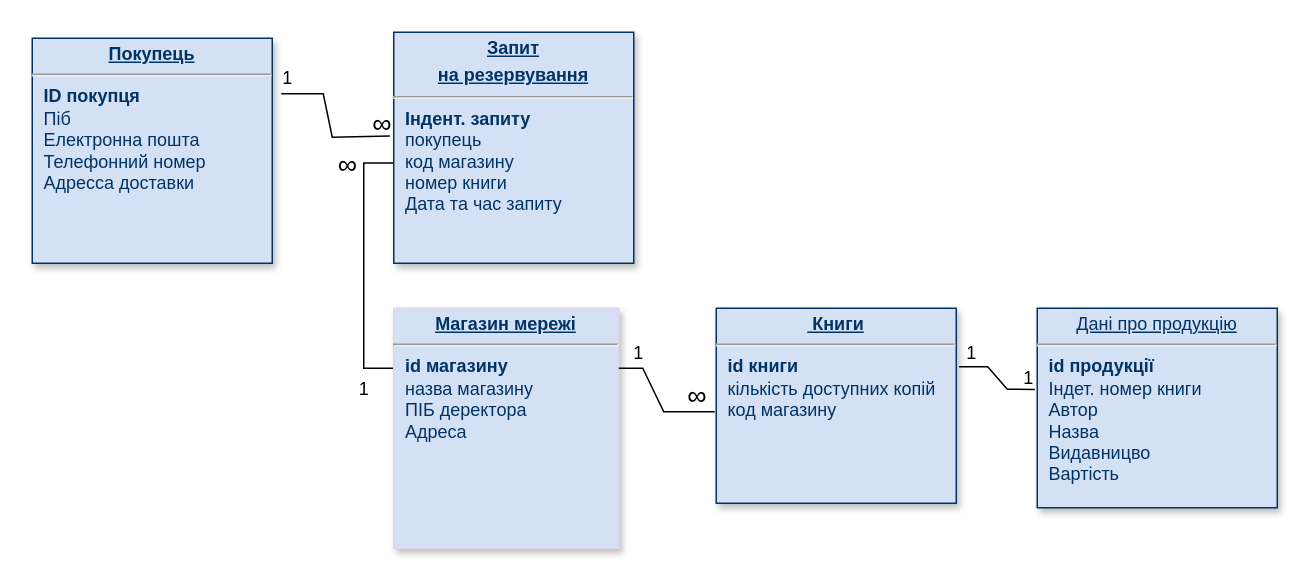
The draw.io diagram Диаграмма без названия.drawio in VadimKeranov/drawio, before the edit. Source tidied: cells renumbered, new cells numbered last; positions are measured from the earlier drawing's top-left corner, leaving out a move shared by most shapes. Both pictures are drawn from the tidied source at 150%, with x=0, y=0 at pixel (32, 32).
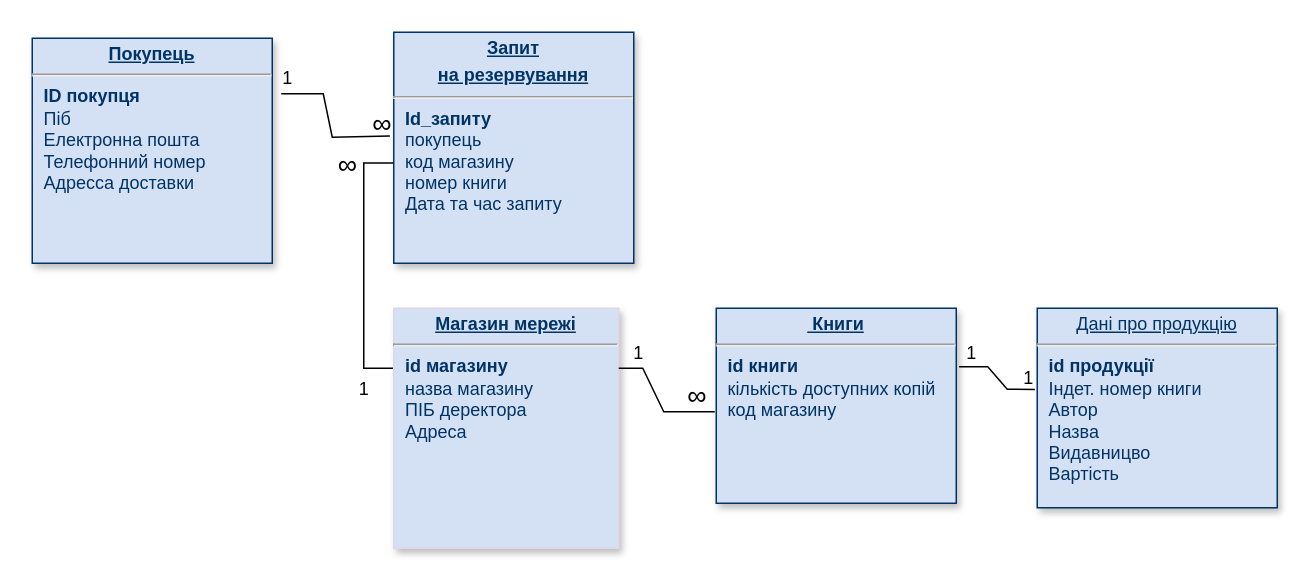
The same diagram, later.

Change to the diagram source:
```diff
@@
-    <mxCell id="2" value="&lt;p style=&quot;margin: 0px; margin-top: 4px; text-align: center; text-decoration: underline;&quot;&gt;&lt;b&gt;Запит&lt;/b&gt;&lt;/p&gt;&lt;p style=&quot;margin: 0px; margin-top: 4px; text-align: center; text-decoration: underline;&quot;&gt;&lt;b&gt;на резервування&lt;/b&gt;&lt;/p&gt;&lt;hr&gt;&lt;p style=&quot;margin: 0px; margin-left: 8px;&quot;&gt;&lt;b&gt;Індент. запиту&lt;/b&gt;&lt;/p&gt;&lt;p style=&quot;margin: 0px; margin-left: 8px;&quot;&gt;покупець&lt;br&gt;код магазину&lt;br&gt;номер книги&lt;br&gt;Дата та час запиту&lt;br&gt;&lt;br&gt;&lt;/p&gt;" style="verticalAlign=top;align=left;overflow=fill;fontSize=12;fontFamily=Helvetica;html=1;strokeColor=#003366;shadow=1;fillColor=#D4E1F5;fontColor=#003366;" parent="1" vertex="1">
+    <mxCell id="2" value="&lt;p style=&quot;margin: 0px; margin-top: 4px; text-align: center; text-decoration: underline;&quot;&gt;&lt;b&gt;Запит&lt;/b&gt;&lt;/p&gt;&lt;p style=&quot;margin: 0px; margin-top: 4px; text-align: center; text-decoration: underline;&quot;&gt;&lt;b&gt;на резервування&lt;/b&gt;&lt;/p&gt;&lt;hr&gt;&lt;p style=&quot;margin: 0px; margin-left: 8px;&quot;&gt;&lt;b&gt;Id_запиту&lt;/b&gt;&lt;/p&gt;&lt;p style=&quot;margin: 0px; margin-left: 8px;&quot;&gt;покупець&lt;br&gt;код магазину&lt;br&gt;номер книги&lt;br&gt;Дата та час запиту&lt;br&gt;&lt;br&gt;&lt;/p&gt;" style="verticalAlign=top;align=left;overflow=fill;fontSize=12;fontFamily=Helvetica;html=1;strokeColor=#003366;shadow=1;fillColor=#D4E1F5;fontColor=#003366;" parent="1" vertex="1">
       <mxGeometry x="241" width="160" height="154" as="geometry" />
     </mxCell>
```
